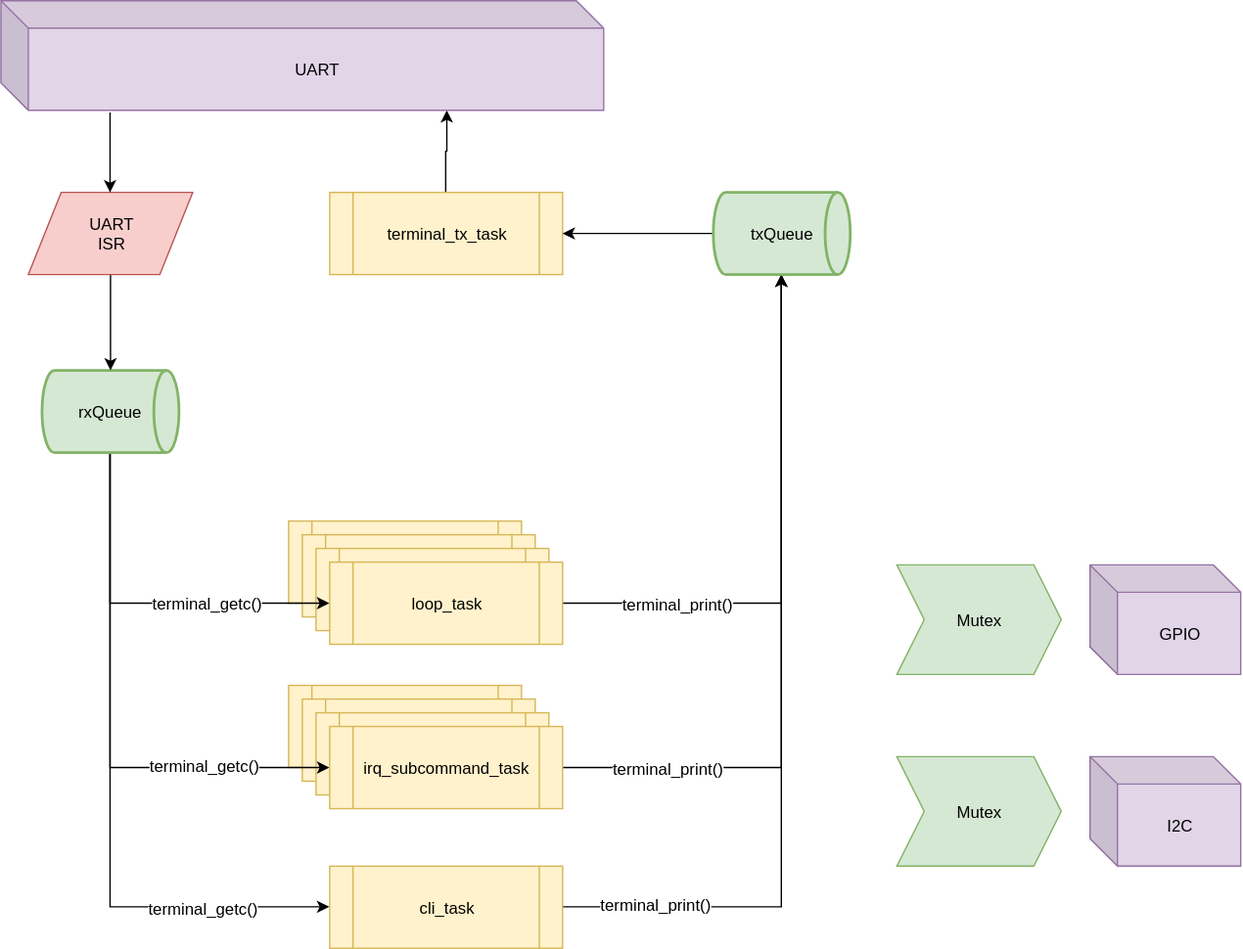
Above: rtos.svg in dessaya/cmd-uart-rtos (draw.io), before the change. Source tidied: cells renumbered, new cells last; positions are measured from the earlier drawing's top-left corner, leaving out a move shared by most shapes.
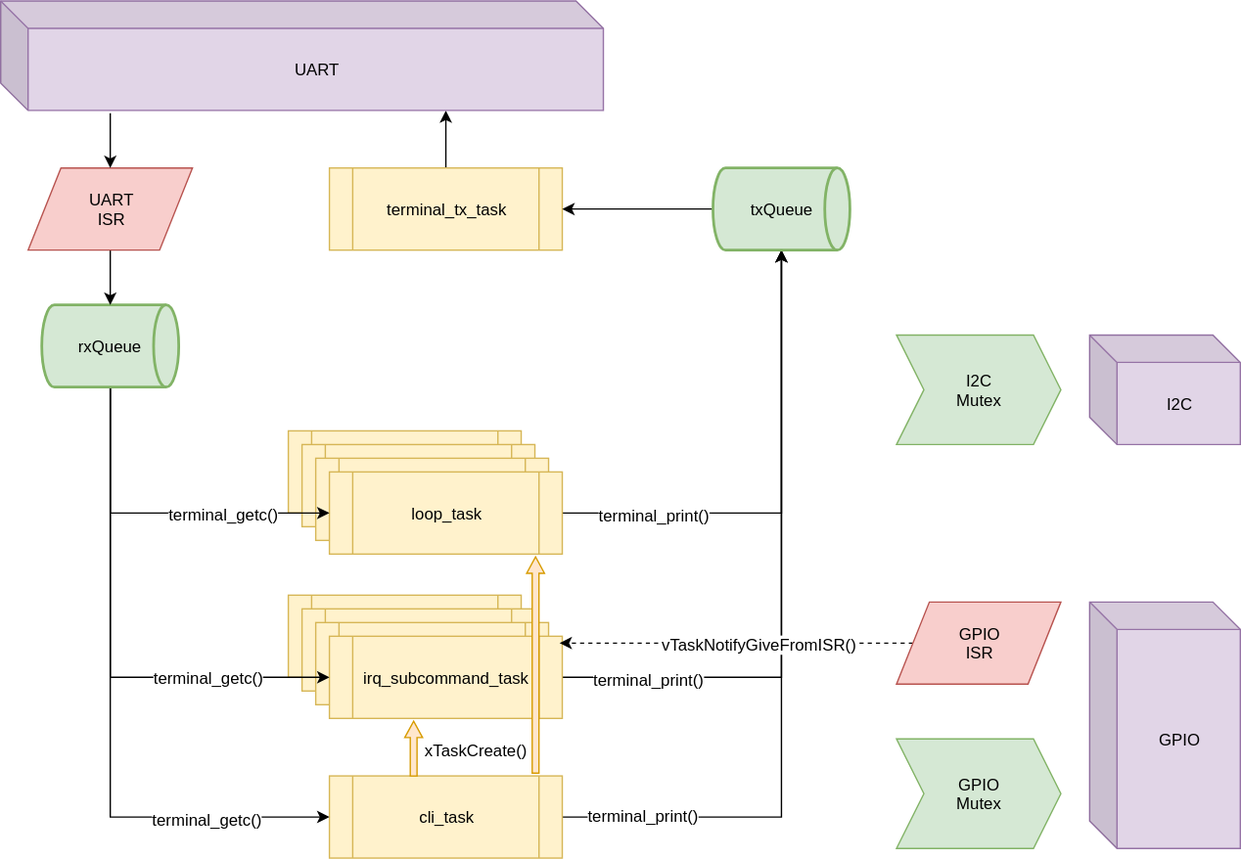
The same diagram one commit later.

The edit, as a diff of the source:
```diff
@@ -6,7 +6,7 @@
       <mxGeometry relative="1" as="geometry" />
     </mxCell>
     <mxCell id="3" value="terminal_tx_task" style="shape=process;whiteSpace=wrap;html=1;backgroundOutline=1;fillColor=#fff2cc;strokeColor=#d6b656;" parent="1" vertex="1">
-      <mxGeometry x="240" y="140" width="170" height="60" as="geometry" />
+      <mxGeometry x="240" y="188" width="170" height="60" as="geometry" />
     </mxCell>
     <mxCell id="4" value="loop_task" style="shape=process;whiteSpace=wrap;html=1;backgroundOutline=1;fillColor=#fff2cc;strokeColor=#d6b656;" parent="1" vertex="1">
       <mxGeometry x="210" y="380" width="170" height="60" as="geometry" />
@@ -63,7 +63,7 @@
       <mxGeometry relative="1" as="geometry" />
     </mxCell>
     <mxCell id="20" value="txQueue" style="strokeWidth=2;html=1;shape=mxgraph.flowchart.direct_data;whiteSpace=wrap;fillColor=#d5e8d4;strokeColor=#82b366;" parent="1" vertex="1">
-      <mxGeometry x="520" y="140" width="100" height="60" as="geometry" />
+      <mxGeometry x="520" y="188" width="100" height="60" as="geometry" />
     </mxCell>
     <mxCell id="21" style="edgeStyle=orthogonalEdgeStyle;rounded=0;jettySize=auto;html=1;entryX=0;entryY=0.5;entryDx=0;entryDy=0;exitX=0.5;exitY=1;exitDx=0;exitDy=0;exitPerimeter=0;" parent="1" edge="1" source="27" target="9">
       <mxGeometry relative="1" as="geometry" />
@@ -90,31 +90,51 @@
       </mxGeometry>
     </mxCell>
     <mxCell id="27" value="rxQueue" style="strokeWidth=2;html=1;shape=mxgraph.flowchart.direct_data;whiteSpace=wrap;fillColor=#d5e8d4;strokeColor=#82b366;" parent="1" vertex="1">
-      <mxGeometry x="30" y="270" width="100" height="60" as="geometry" />
+      <mxGeometry x="30" y="288" width="100" height="60" as="geometry" />
     </mxCell>
-    <mxCell id="28" style="edgeStyle=orthogonalEdgeStyle;rounded=0;jettySize=auto;html=1;" parent="1" edge="1" source="29" target="27">
+    <mxCell id="28" style="edgeStyle=orthogonalEdgeStyle;rounded=0;jettySize=auto;html=1;entryX=0.5;entryY=0;entryDx=0;entryDy=0;entryPerimeter=0;" parent="1" edge="1" source="29" target="27">
       <mxGeometry relative="1" as="geometry" />
     </mxCell>
     <mxCell id="29" value="UART&lt;div&gt;ISR&lt;br&gt;&lt;/div&gt;" style="shape=parallelogram;perimeter=parallelogramPerimeter;whiteSpace=wrap;html=1;fillColor=#f8cecc;strokeColor=#b85450;" parent="1" vertex="1">
-      <mxGeometry x="20" y="140" width="120" height="60" as="geometry" />
+      <mxGeometry x="20" y="188" width="120" height="60" as="geometry" />
     </mxCell>
     <mxCell id="30" style="edgeStyle=orthogonalEdgeStyle;rounded=0;jettySize=auto;html=1;exitX=0.182;exitY=1.025;exitDx=0;exitDy=0;exitPerimeter=0;" parent="1" edge="1" source="31" target="29">
       <mxGeometry relative="1" as="geometry" />
     </mxCell>
     <mxCell id="31" value="UART" style="shape=cube;whiteSpace=wrap;html=1;boundedLbl=1;backgroundOutline=1;darkOpacity=0.05;darkOpacity2=0.1;fillColor=#e1d5e7;strokeColor=#9673a6;" parent="1" vertex="1">
-      <mxGeometry width="440" height="80" as="geometry" />
+      <mxGeometry y="66" width="440" height="80" as="geometry" />
     </mxCell>
     <mxCell id="32" value="GPIO" style="shape=cube;whiteSpace=wrap;html=1;boundedLbl=1;backgroundOutline=1;darkOpacity=0.05;darkOpacity2=0.1;fillColor=#e1d5e7;strokeColor=#9673a6;" parent="1" vertex="1">
-      <mxGeometry x="795" y="412" width="110" height="80" as="geometry" />
+      <mxGeometry x="795" y="505" width="110" height="180" as="geometry" />
     </mxCell>
-    <mxCell id="33" value="Mutex" style="shape=step;perimeter=stepPerimeter;whiteSpace=wrap;html=1;fixedSize=1;fillColor=#d5e8d4;strokeColor=#82b366;" parent="1" vertex="1">
-      <mxGeometry x="654" y="412" width="120" height="80" as="geometry" />
+    <mxCell id="33" value="&lt;div&gt;GPIO&lt;/div&gt;&lt;div&gt;Mutex&lt;/div&gt;" style="shape=step;perimeter=stepPerimeter;whiteSpace=wrap;html=1;fixedSize=1;fillColor=#d5e8d4;strokeColor=#82b366;" parent="1" vertex="1">
+      <mxGeometry x="654" y="605" width="120" height="80" as="geometry" />
     </mxCell>
-    <mxCell id="34" value="Mutex" style="shape=step;perimeter=stepPerimeter;whiteSpace=wrap;html=1;fixedSize=1;fillColor=#d5e8d4;strokeColor=#82b366;" parent="1" vertex="1">
-      <mxGeometry x="654" y="552" width="120" height="80" as="geometry" />
+    <mxCell id="34" value="I2C&lt;br&gt;Mutex" style="shape=step;perimeter=stepPerimeter;whiteSpace=wrap;html=1;fixedSize=1;fillColor=#d5e8d4;strokeColor=#82b366;" parent="1" vertex="1">
+      <mxGeometry x="654" y="310" width="120" height="80" as="geometry" />
     </mxCell>
     <mxCell id="35" value="I2C" style="shape=cube;whiteSpace=wrap;html=1;boundedLbl=1;backgroundOutline=1;darkOpacity=0.05;darkOpacity2=0.1;fillColor=#e1d5e7;strokeColor=#9673a6;" parent="1" vertex="1">
-      <mxGeometry x="795" y="552" width="110" height="80" as="geometry" />
+      <mxGeometry x="795" y="310" width="110" height="80" as="geometry" />
     </mxCell>
+    <mxCell id="36" style="edgeStyle=orthogonalEdgeStyle;rounded=0;jettySize=auto;html=1;exitX=0;exitY=0.5;exitDx=0;exitDy=0;entryX=0.988;entryY=0.083;entryDx=0;entryDy=0;entryPerimeter=0;dashed=1;" parent="1" edge="1" source="38" target="15">
+      <mxGeometry relative="1" as="geometry" />
+    </mxCell>
+    <mxCell id="37" value="vTaskNotifyGiveFromISR()" style="text;html=1;align=center;verticalAlign=middle;labelBackgroundColor=#ffffff;" parent="36" vertex="1">
+      <mxGeometry x="-0.64" y="1" relative="1" as="geometry">
+        <mxPoint x="-65" y="-1" as="offset" />
+      </mxGeometry>
+    </mxCell>
+    <mxCell id="38" value="GPIO&lt;div&gt;ISR&lt;br&gt;&lt;/div&gt;" style="shape=parallelogram;perimeter=parallelogramPerimeter;whiteSpace=wrap;html=1;fillColor=#f8cecc;strokeColor=#b85450;" parent="1" vertex="1">
+      <mxGeometry x="654" y="505" width="120" height="60" as="geometry" />
+    </mxCell>
+    <mxCell id="39" style="html=1;shadow=0;dashed=0;align=center;verticalAlign=middle;shape=mxgraph.arrows2.arrow;dy=0.62;dx=12;direction=north;notch=0;fillColor=#ffe6cc;strokeColor=#d79b00;" parent="1" vertex="1">
+      <mxGeometry x="295" y="592" width="13" height="40" as="geometry" />
+    </mxCell>
+    <mxCell id="40" style="html=1;shadow=0;dashed=0;align=center;verticalAlign=middle;shape=mxgraph.arrows2.arrow;dy=0.62;dx=12;direction=north;notch=0;fillColor=#ffe6cc;strokeColor=#d79b00;" parent="1" vertex="1">
+      <mxGeometry x="384" y="472" width="13" height="158" as="geometry" />
+    </mxCell>
+    <mxCell id="41" value="xTaskCreate()" style="text;html=1;align=center;verticalAlign=middle;" parent="1" vertex="1">
+      <mxGeometry x="303" y="603" width="90" height="20" as="geometry" />
+    </mxCell>
   </root>
 </mxGraphModel>
```
